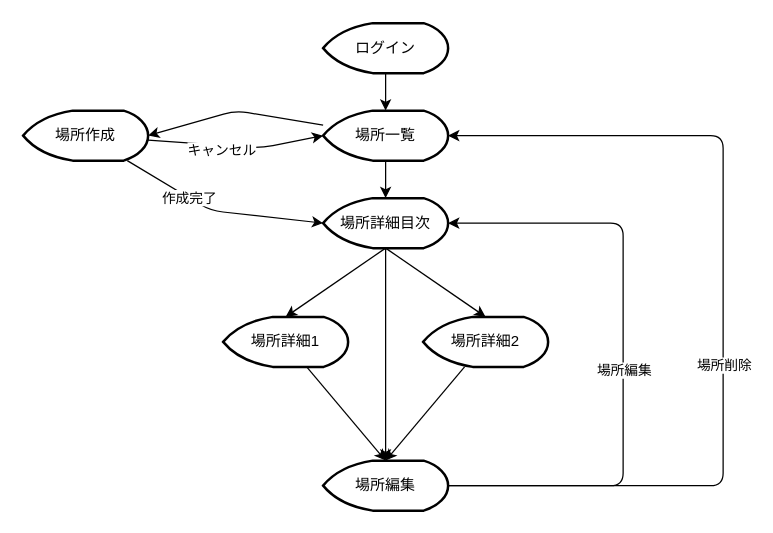
This is doc/画面遷移.drawio from TaisukeNakahira/Application, a draw.io file, before an edit. Source tidied: cells renumbered, new cells numbered last; positions are measured from the earlier drawing's top-left corner, leaving out a move shared by most shapes. Both pictures are drawn from the tidied source at 125%, with x=0, y=0 at pixel (22, 22).
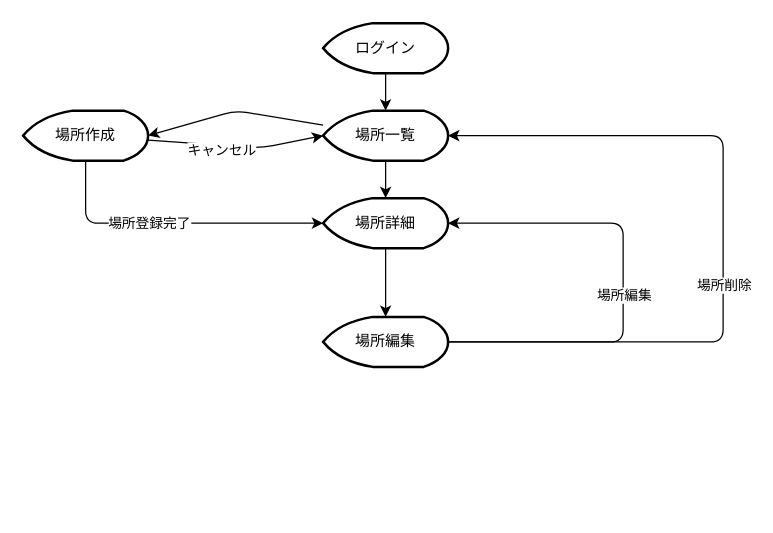
Above is the later version.

Unchanged cells that the change refers to:
```xml
<mxCell id="5" value="場所一覧" style="strokeWidth=2;html=1;shape=mxgraph.flowchart.display;whiteSpace=wrap;" parent="1" vertex="1">
  <mxGeometry x="240" y="70" width="100" height="40" as="geometry" />
</mxCell>
<mxCell id="24" value="場所作成" style="strokeWidth=2;html=1;shape=mxgraph.flowchart.display;whiteSpace=wrap;" parent="1" vertex="1">
  <mxGeometry y="70" width="100" height="40" as="geometry" />
</mxCell>
```

Change to the diagram source:
```diff
@@
-    <mxCell id="6" style="edgeStyle=none;html=1;entryX=0.5;entryY=0;entryDx=0;entryDy=0;entryPerimeter=0;" parent="1" edge="1" source="7" target="16">
-      <mxGeometry relative="1" as="geometry" />
+    <mxCell id="6" style="edgeStyle=none;html=1;entryX=0.5;entryY=0;entryDx=0;entryDy=0;entryPerimeter=0;" parent="1" edge="1" target="16">
+      <mxGeometry relative="1" as="geometry">
+        <mxPoint x="290" y="180" as="sourcePoint" />
+      </mxGeometry>
     </mxCell>
-    <mxCell id="7" value="場所詳細目次" style="strokeWidth=2;html=1;shape=mxgraph.flowchart.display;whiteSpace=wrap;" parent="1" vertex="1">
-      <mxGeometry x="240" y="140" width="100" height="40" as="geometry" />
-    </mxCell>
-    <mxCell id="8" style="edgeStyle=none;html=1;entryX=0.5;entryY=0;entryDx=0;entryDy=0;entryPerimeter=0;" parent="1" edge="1" source="9" target="16">
-      <mxGeometry relative="1" as="geometry" />
-    </mxCell>
-    <mxCell id="9" value="場所詳細1" style="strokeWidth=2;html=1;shape=mxgraph.flowchart.display;whiteSpace=wrap;" parent="1" vertex="1">
-      <mxGeometry x="160" y="235" width="100" height="40" as="geometry" />
+    <mxCell id="9" value="場所詳細" style="strokeWidth=2;html=1;shape=mxgraph.flowchart.display;whiteSpace=wrap;" parent="1" vertex="1">
+      <mxGeometry x="240" y="140" width="100" height="40" as="geometry" />
     </mxCell>
-    <mxCell id="10" style="edgeStyle=none;html=1;entryX=0.5;entryY=0;entryDx=0;entryDy=0;entryPerimeter=0;" parent="1" edge="1" source="11" target="16">
-      <mxGeometry relative="1" as="geometry" />
-    </mxCell>
-    <mxCell id="11" value="場所詳細2" style="strokeWidth=2;html=1;shape=mxgraph.flowchart.display;whiteSpace=wrap;" parent="1" vertex="1">
-      <mxGeometry x="320" y="235" width="100" height="40" as="geometry" />
-    </mxCell>
-    <mxCell id="12" style="edgeStyle=none;html=1;entryX=1;entryY=0.5;entryDx=0;entryDy=0;entryPerimeter=0;" parent="1" edge="1" source="16" target="7">
+    <mxCell id="12" style="edgeStyle=none;html=1;" parent="1" edge="1" source="16">
       <mxGeometry relative="1" as="geometry">
+        <mxPoint x="340" y="160" as="targetPoint" />
         <Array as="points">
-          <mxPoint x="480" y="370" />
+          <mxPoint x="480" y="255" />
           <mxPoint x="480" y="160" />
         </Array>
       </mxGeometry>
     </mxCell>
@@
     <mxCell id="14" style="edgeStyle=none;html=1;entryX=1;entryY=0.5;entryDx=0;entryDy=0;entryPerimeter=0;" parent="1" edge="1" source="16" target="5">
       <mxGeometry relative="1" as="geometry">
         <Array as="points">
-          <mxPoint x="560" y="370" />
+          <mxPoint x="560" y="255" />
           <mxPoint x="560" y="90" />
         </Array>
       </mxGeometry>
     </mxCell>
@@
     <mxCell id="16" value="場所編集" style="strokeWidth=2;html=1;shape=mxgraph.flowchart.display;whiteSpace=wrap;" parent="1" vertex="1">
-      <mxGeometry x="240" y="350" width="100" height="40" as="geometry" />
+      <mxGeometry x="240" y="235" width="100" height="40" as="geometry" />
     </mxCell>
-    <mxCell id="17" style="endArrow=classic;html=1;exitX=0.5;exitY=1;exitDx=0;exitDy=0;exitPerimeter=0;entryX=0.5;entryY=0;entryDx=0;entryDy=0;entryPerimeter=0;" parent="1" edge="1" source="5" target="7">
+    <mxCell id="17" style="endArrow=classic;html=1;exitX=0.5;exitY=1;exitDx=0;exitDy=0;exitPerimeter=0;entryX=0.5;entryY=0;entryDx=0;entryDy=0;entryPerimeter=0;" parent="1" edge="1" source="5" target="9">
       <mxGeometry relative="1" as="geometry" />
     </mxCell>
-    <mxCell id="18" style="endArrow=classic;html=1;exitX=0.5;exitY=1;exitDx=0;exitDy=0;exitPerimeter=0;entryX=0.5;entryY=0;entryDx=0;entryDy=0;entryPerimeter=0;" parent="1" edge="1" source="7" target="9">
-      <mxGeometry relative="1" as="geometry" />
-    </mxCell>
-    <mxCell id="19" style="endArrow=classic;html=1;exitX=0.5;exitY=1;exitDx=0;exitDy=0;exitPerimeter=0;entryX=0.5;entryY=0;entryDx=0;entryDy=0;entryPerimeter=0;" parent="1" edge="1" source="7" target="11">
-      <mxGeometry relative="1" as="geometry" />
-    </mxCell>
@@
-    <mxCell id="22" style="edgeStyle=none;html=1;entryX=0;entryY=0.5;entryDx=0;entryDy=0;entryPerimeter=0;" parent="1" edge="1" source="24" target="7">
-      <mxGeometry relative="1" as="geometry">
-        <Array as="points">
-          <mxPoint x="150" y="150" />
-        </Array>
-      </mxGeometry>
-    </mxCell>
-    <mxCell id="23" value="作成完了" style="edgeLabel;html=1;align=center;verticalAlign=middle;" parent="22" vertex="1">
-      <mxGeometry x="-0.32" relative="1" as="geometry" />
-    </mxCell>
+    <mxCell id="25" style="edgeStyle=none;html=1;entryX=0;entryY=0.5;entryDx=0;entryDy=0;entryPerimeter=0;" parent="1" edge="1" source="24" target="9">
+      <mxGeometry relative="1" as="geometry">
+        <Array as="points">
+          <mxPoint x="50" y="160" />
+        </Array>
+      </mxGeometry>
+    </mxCell>
+    <mxCell id="26" value="場所登録完了" style="edgeLabel;html=1;align=center;verticalAlign=middle;" parent="25" vertex="1">
+      <mxGeometry x="-0.17" y="1" relative="1" as="geometry" />
+    </mxCell>
```
